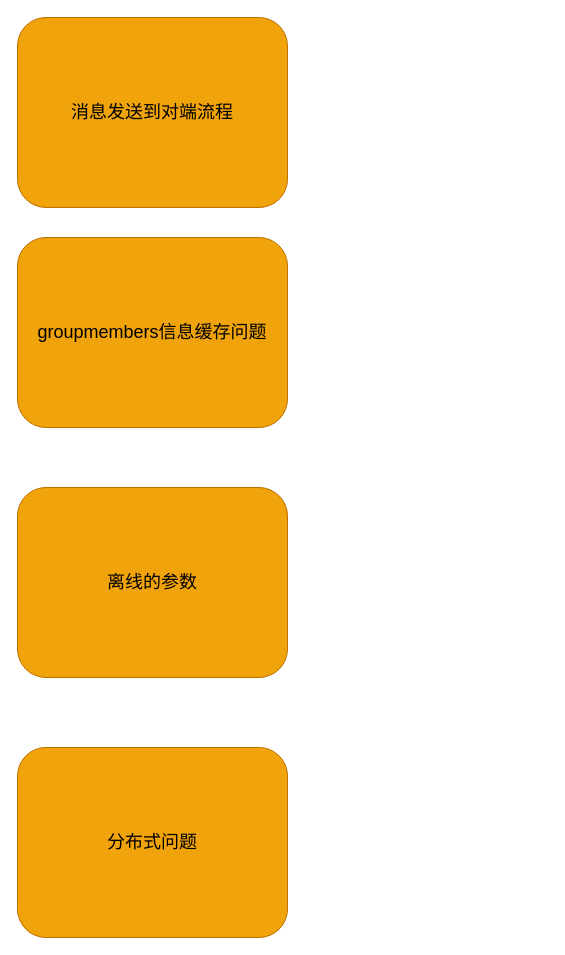
Above: page "第 4 页" (4 of 4) of source/_posts/puml/openim.drawio in yangcancai/blog (draw.io), before the change. Source tidied: cells renumbered, new cells numbered last; positions are measured from the earlier drawing's top-left corner, leaving out a move shared by most shapes. Both pictures are drawn from the tidied source at 100%, with x=0, y=0 at pixel (17, 17).
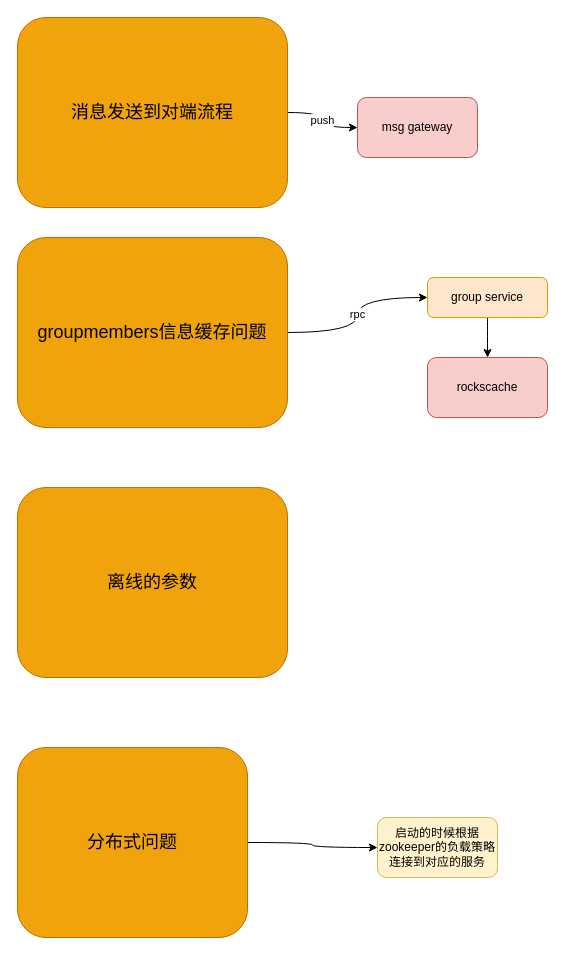
The same diagram, later.

What changed in the source:
```diff
@@
 <mxGraphModel>
   <root>
     <mxCell id="0" />
     <mxCell id="1" parent="0" />
+    <mxCell id="6" value="push" style="edgeStyle=orthogonalEdgeStyle;curved=1;rounded=0;jettySize=auto;html=1;" parent="1" edge="1" source="2" target="12">
+      <mxGeometry relative="1" as="geometry" />
+    </mxCell>
     <mxCell id="2" value="&lt;font style=&quot;font-size: 18px;&quot;&gt;消息发送到对端流程&lt;/font&gt;" style="rounded=1;whiteSpace=wrap;html=1;fillColor=#f0a30a;fontColor=#000000;strokeColor=#BD7000;" parent="1" vertex="1">
       <mxGeometry width="270" height="190" as="geometry" />
     </mxCell>
+    <mxCell id="7" value="rpc" style="edgeStyle=orthogonalEdgeStyle;curved=1;rounded=0;jettySize=auto;html=1;" parent="1" edge="1" source="3" target="10">
+      <mxGeometry relative="1" as="geometry" />
+    </mxCell>
     <mxCell id="3" value="&lt;span style=&quot;font-size: 18px;&quot;&gt;groupmembers信息缓存问题&lt;/span&gt;" style="rounded=1;whiteSpace=wrap;html=1;fillColor=#f0a30a;fontColor=#000000;strokeColor=#BD7000;" parent="1" vertex="1">
       <mxGeometry y="220" width="270" height="190" as="geometry" />
     </mxCell>
     <mxCell id="4" value="&lt;span style=&quot;font-size: 18px;&quot;&gt;离线的参数&lt;/span&gt;" style="rounded=1;whiteSpace=wrap;html=1;fillColor=#f0a30a;fontColor=#000000;strokeColor=#BD7000;" parent="1" vertex="1">
       <mxGeometry y="470" width="270" height="190" as="geometry" />
     </mxCell>
+    <mxCell id="8" style="edgeStyle=orthogonalEdgeStyle;curved=1;rounded=0;jettySize=auto;html=1;" parent="1" edge="1" source="5" target="13">
+      <mxGeometry relative="1" as="geometry" />
+    </mxCell>
     <mxCell id="5" value="&lt;span style=&quot;font-size: 18px;&quot;&gt;分布式问题&lt;/span&gt;" style="rounded=1;whiteSpace=wrap;html=1;fillColor=#f0a30a;fontColor=#000000;strokeColor=#BD7000;" parent="1" vertex="1">
-      <mxGeometry y="730" width="270" height="190" as="geometry" />
+      <mxGeometry y="730" width="230" height="190" as="geometry" />
     </mxCell>
+    <mxCell id="9" style="edgeStyle=orthogonalEdgeStyle;curved=1;rounded=0;jettySize=auto;html=1;entryX=0.5;entryY=0;entryDx=0;entryDy=0;" parent="1" edge="1" source="10" target="11">
+      <mxGeometry relative="1" as="geometry" />
+    </mxCell>
+    <mxCell id="10" value="group service" style="rounded=1;whiteSpace=wrap;html=1;fillColor=#ffe6cc;strokeColor=#d79b00;" parent="1" vertex="1">
+      <mxGeometry x="410" y="260" width="120" height="40" as="geometry" />
+    </mxCell>
+    <mxCell id="11" value="rockscache" style="rounded=1;whiteSpace=wrap;html=1;fillColor=#f8cecc;strokeColor=#b85450;" parent="1" vertex="1">
+      <mxGeometry x="410" y="340" width="120" height="60" as="geometry" />
+    </mxCell>
+    <mxCell id="12" value="msg gateway" style="rounded=1;whiteSpace=wrap;html=1;fillColor=#f8cecc;strokeColor=#b85450;" parent="1" vertex="1">
+      <mxGeometry x="340" y="80" width="120" height="60" as="geometry" />
+    </mxCell>
+    <mxCell id="13" value="启动的时候根据zookeeper的负载策略连接到对应的服务" style="rounded=1;whiteSpace=wrap;html=1;fillColor=#fff2cc;strokeColor=#d6b656;" parent="1" vertex="1">
+      <mxGeometry x="360" y="800" width="120" height="60" as="geometry" />
+    </mxCell>
   </root>
 </mxGraphModel>
```
